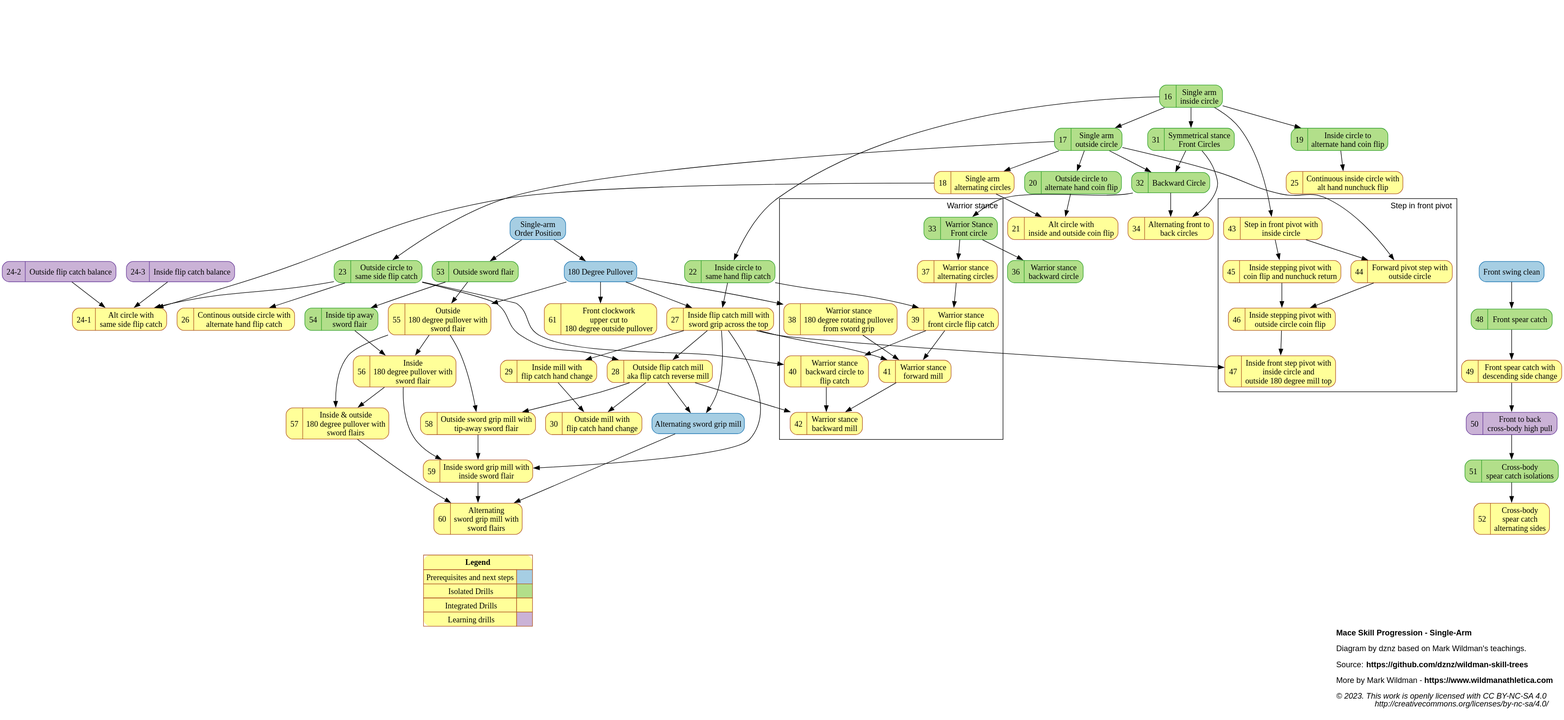
dznz/wildman-skill-trees keeps this PlantUML diagram as dist/mace_progression_sa.svg. Above is the earlier version. Its source is kept beside it as src/mace/mace_progression_sa.puml.
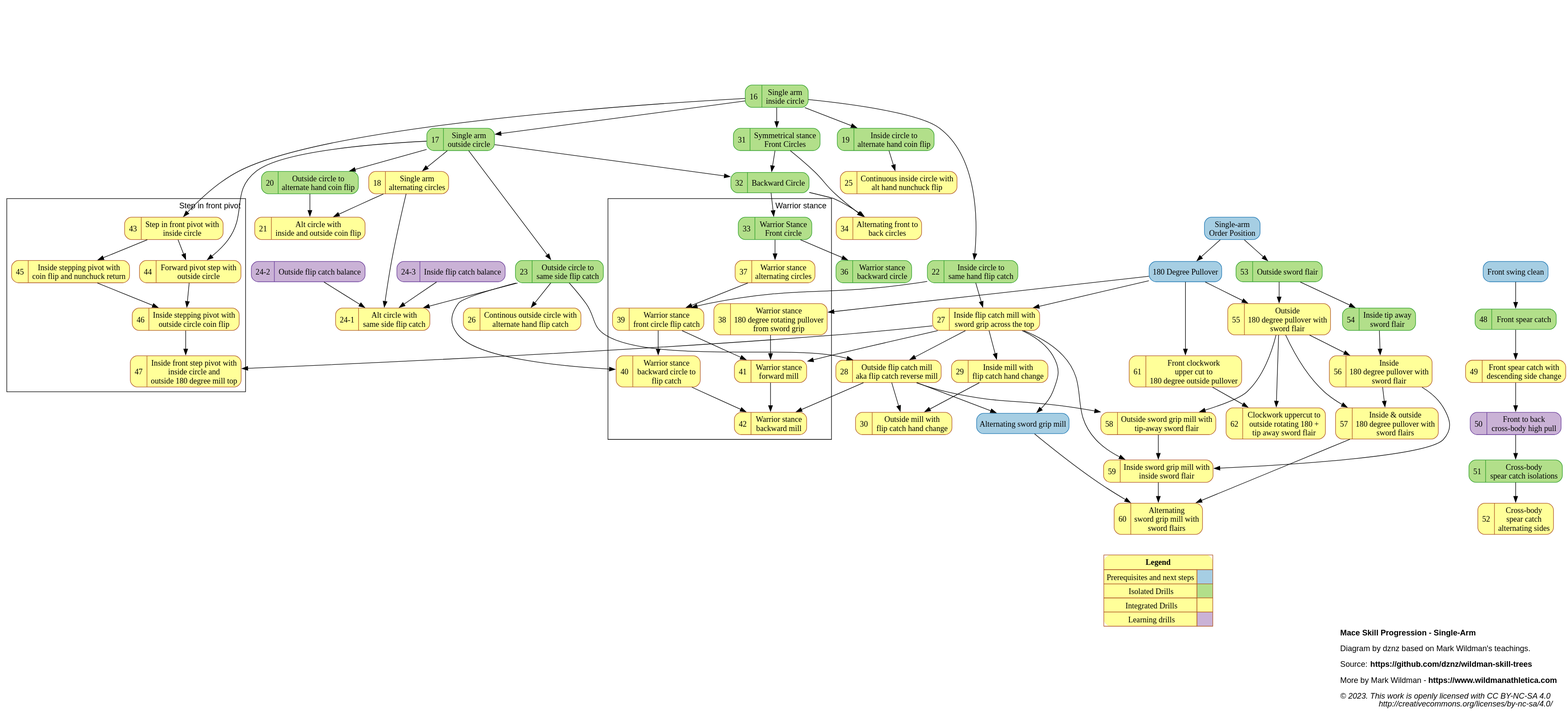
Later version of the same file.

Commit message:
feat(mace_progression): add M-62

Diff of the diagram source:
```diff
@@ -91,6 +91,7 @@
 mov_59_inswordmillwflair       [label="{{59  |Inside sword grip mill with\ninside sword flair}}"          URL="https://www.youtube.com/watch?v=uMLwGxhbt2Y" ];
 mov_60_altswordmillwflair      [label="{{60  |Alternating\nsword grip mill with\nsword flairs}}"          URL="https://www.youtube.com/watch?v=_GBln0VGekg" ];
 mov_61_clockupper2180outpull   [label="{{61  |Front clockwork\nupper cut to\n180 degree outside pullover}}"          URL="https://www.youtube.com/watch?v=XP7abuBs_V0" ];
+mov_62_clockupper2180outwflair [label="{{62  |Clockwork uppercut to\noutside rotating 180 +\ntip away sword flair}}" URL="https://www.youtube.com/watch?v=VjnRZIYV2H8" ];
 
     // Precursor
     ext_180pull -> mov_27_inflip180pull
@@ -173,9 +174,10 @@
     {ext_altmill, mov_57_alt180pullwflair, mov_59_inswordmillwflair} -> mov_60_altswordmillwflair
 
     {ext_180pull} -> mov_61_clockupper2180outpull
+    {mov_55_out180pullwflair, mov_61_clockupper2180outpull} -> mov_62_clockupper2180outwflair
 
     {rank=same;mov_23_outcircle2sameflip;mov_36_warbkcircle}
-    {rank=same;mov_55_out180pullwflair,mov_61_clockupper2180outpull}
+    {rank=same;mov_56_in180pullwflair,mov_61_clockupper2180outpull}
 
 
 
```
